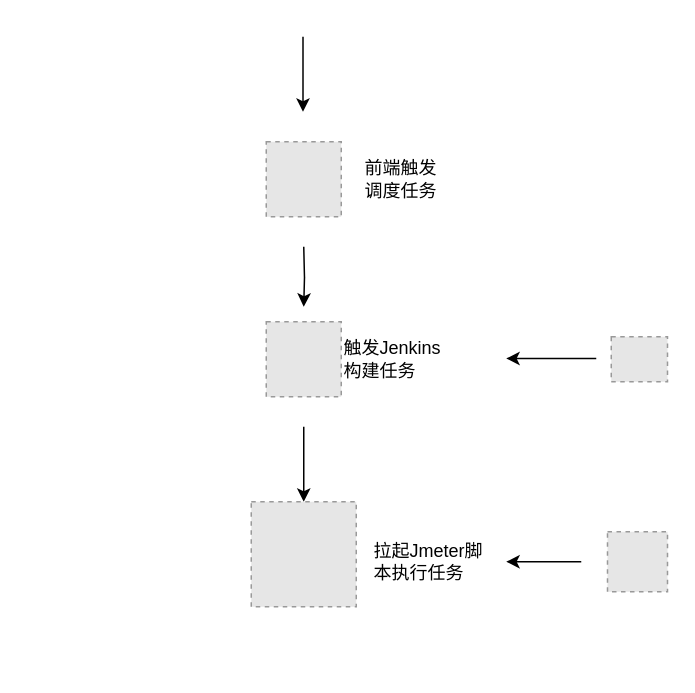
Above: zidonghua.drawio in zlv2s/diagram (draw.io), before the change. Source tidied: cells renumbered, new cells numbered last; positions are measured from the earlier drawing's top-left corner, leaving out a move shared by most shapes. Both pictures are drawn from the tidied source at 150%, with x=0, y=0 at pixel (250, 36). Pictures stored in the file or linked from it are replaced by grey dashed boxes.
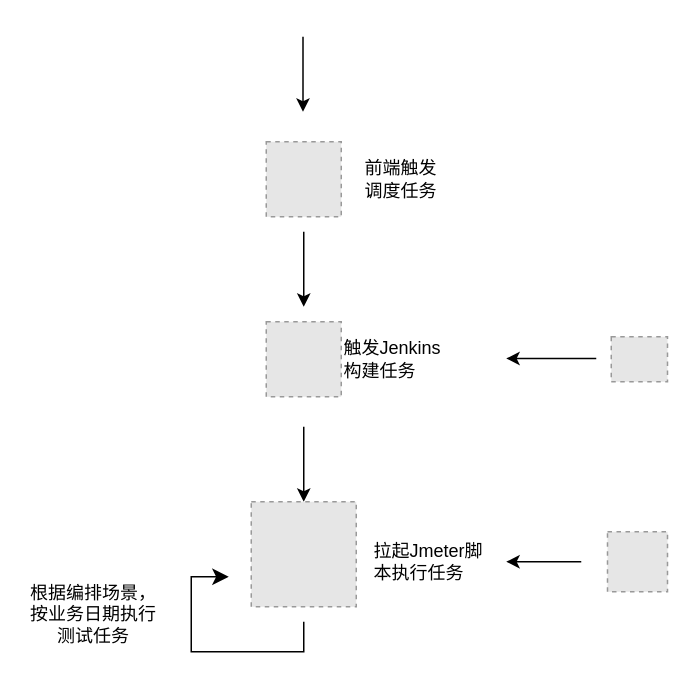
The same page after the edit.

What changed in the source:
```diff
@@
-    <mxCell id="2" style="edgeStyle=orthogonalEdgeStyle;rounded=0;orthogonalLoop=1;jettySize=auto;html=1;" parent="1" edge="1">
-      <mxGeometry relative="1" as="geometry">
-        <mxPoint x="35" y="140" as="sourcePoint" />
-        <mxPoint x="35" y="180" as="targetPoint" />
-      </mxGeometry>
-    </mxCell>
@@
+    <mxCell id="16" style="edgeStyle=orthogonalEdgeStyle;rounded=0;orthogonalLoop=1;jettySize=auto;html=1;fontColor=#000000;" parent="1" edge="1">
+      <mxGeometry relative="1" as="geometry">
+        <mxPoint x="35" y="130" as="sourcePoint" />
+        <mxPoint x="35" y="180" as="targetPoint" />
+      </mxGeometry>
+    </mxCell>
@@
+    <mxCell id="17" style="edgeStyle=segmentEdgeStyle;endArrow=classic;html=1;curved=0;rounded=0;endSize=8;startSize=8;fontColor=#808080;" parent="1" edge="1">
+      <mxGeometry relative="1" as="geometry">
+        <mxPoint x="35" y="390" as="sourcePoint" />
+        <mxPoint x="-15" y="360" as="targetPoint" />
+        <Array as="points">
+          <mxPoint x="35" y="410" />
+          <mxPoint x="-40" y="410" />
+          <mxPoint x="-40" y="360" />
+        </Array>
+      </mxGeometry>
+    </mxCell>
+    <mxCell id="18" value="根据编排场景，按业务日期执行测试任务" style="text;html=1;strokeColor=none;fillColor=none;align=center;verticalAlign=middle;whiteSpace=wrap;rounded=0;" parent="1" vertex="1">
+      <mxGeometry x="-150" y="370" width="90" height="30" as="geometry" />
+    </mxCell>
```
